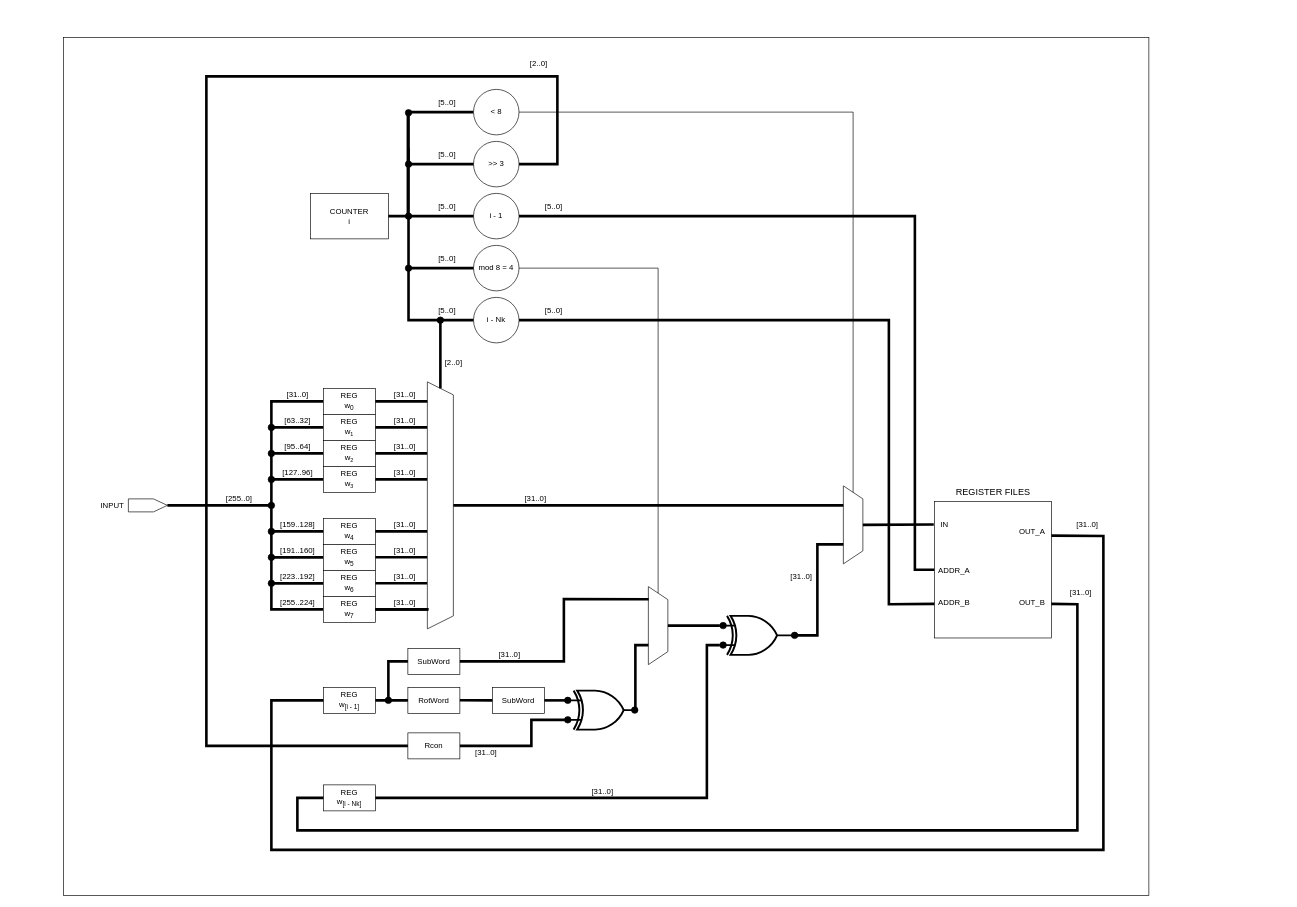
Above: Diagrams/KeyExpansion/KeyExpansion.drawio in hohaicongthuan/Project-1 (draw.io), before the change. Source tidied: cells renumbered, new cells numbered last; positions are measured from the earlier drawing's top-left corner, leaving out a move shared by most shapes. Both pictures are drawn from the tidied source at 65%, with x=0, y=0 at pixel (63, 37).
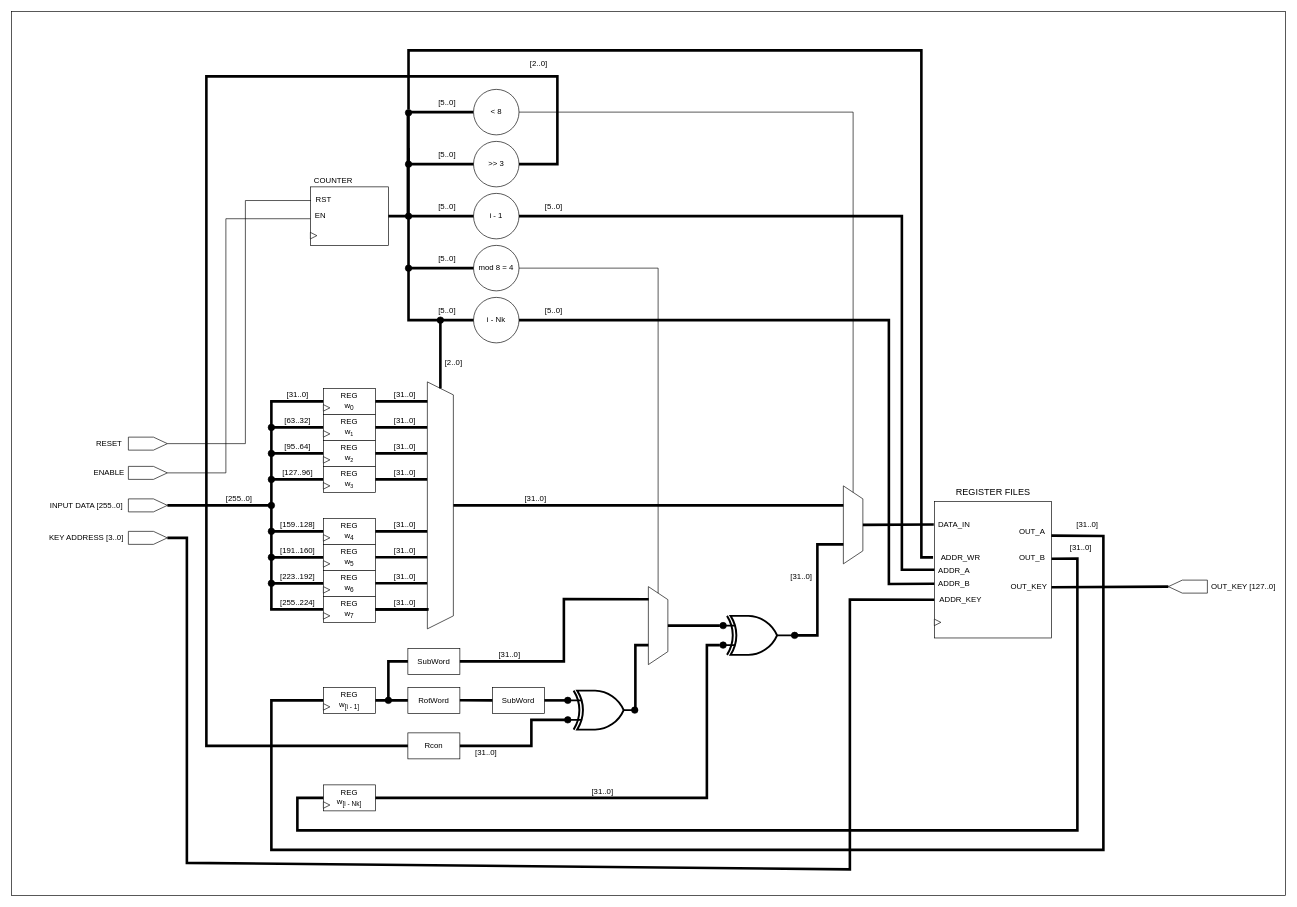
The same diagram, later.

Unchanged cells that the change refers to:
```xml
<mxCell id="50" value="REG&lt;br&gt;w&lt;sub&gt;[i - Nk]&lt;/sub&gt;" style="rounded=0;whiteSpace=wrap;html=1;" parent="1" vertex="1">
  <mxGeometry x="400" y="1150" width="80" height="40" as="geometry" />
</mxCell>
<mxCell id="52" value="&lt;font style=&quot;font-size: 14px&quot;&gt;&lt;br&gt;&lt;/font&gt;" style="rounded=0;whiteSpace=wrap;html=1;" parent="1" vertex="1">
  <mxGeometry x="1340" y="714" width="180" height="210" as="geometry" />
</mxCell>
<mxCell id="78" value="i - 1" style="ellipse;whiteSpace=wrap;html=1;sketch=0;strokeWidth=1;" parent="1" vertex="1">
  <mxGeometry x="631" y="240" width="70" height="70" as="geometry" />
</mxCell>
<mxCell id="80" value="i - Nk" style="ellipse;whiteSpace=wrap;html=1;sketch=0;strokeWidth=1;" parent="1" vertex="1">
  <mxGeometry x="631" y="400" width="70" height="70" as="geometry" />
</mxCell>
<mxCell id="114" style="ellipse;whiteSpace=wrap;html=1;sketch=0;strokeWidth=1;fillColor=#000000;strokeColor=#000000;" parent="1" vertex="1">
  <mxGeometry x="526" y="111" width="10" height="10" as="geometry" />
</mxCell>
```

What changed in the source:
```diff
@@
     <mxCell id="2" style="rounded=0;whiteSpace=wrap;html=1;fillColor=none;" parent="1" vertex="1">
-      <mxGeometry width="1670" height="1320" as="geometry" />
+      <mxGeometry x="-80" y="-40" width="1960" height="1360" as="geometry" />
     </mxCell>
@@
-    <mxCell id="4" value="INPUT" style="text;html=1;align=center;verticalAlign=middle;" parent="1" vertex="1">
-      <mxGeometry x="50" y="710" width="50" height="20" as="geometry" />
+    <mxCell id="4" value="INPUT DATA [255..0]" style="text;html=1;align=center;verticalAlign=middle;" parent="1" vertex="1">
+      <mxGeometry x="-30" y="710" width="130" height="20" as="geometry" />
     </mxCell>
@@
-    <mxCell id="51" value="COUNTER&lt;br&gt;i" style="rounded=0;whiteSpace=wrap;html=1;" parent="1" vertex="1">
-      <mxGeometry x="380" y="240" width="120" height="70" as="geometry" />
+    <mxCell id="51" style="rounded=0;whiteSpace=wrap;html=1;" parent="1" vertex="1">
+      <mxGeometry x="380" y="230" width="120" height="90" as="geometry" />
     </mxCell>
@@
-    <mxCell id="74" style="endArrow=none;html=1;strokeWidth=4;exitX=1;exitY=0.75;exitDx=0;exitDy=0;entryX=0;entryY=0.5;entryDx=0;entryDy=0;arcSize=0;" parent="1" edge="1" source="52" target="50">
+    <mxCell id="74" style="endArrow=none;html=1;strokeWidth=4;exitX=1.002;exitY=0.42;exitDx=0;exitDy=0;entryX=0;entryY=0.5;entryDx=0;entryDy=0;arcSize=0;exitPerimeter=0;" parent="1" edge="1" source="52" target="50">
       <mxGeometry relative="1" as="geometry">
         <Array as="points">
-          <mxPoint x="1560" y="872" />
+          <mxPoint x="1560" y="802" />
           <mxPoint x="1560" y="1220" />
           <mxPoint x="360" y="1220" />
           <mxPoint x="360" y="1170" />
         </Array>
       </mxGeometry>
     </mxCell>
@@
     <mxCell id="88" style="endArrow=none;html=1;strokeWidth=4;exitX=1;exitY=0.5;exitDx=0;exitDy=0;entryX=0;entryY=0.5;entryDx=0;entryDy=0;arcSize=0;" parent="1" edge="1" source="78" target="52">
       <mxGeometry relative="1" as="geometry">
         <Array as="points">
-          <mxPoint x="1310" y="275" />
-          <mxPoint x="1310" y="819" />
+          <mxPoint x="1290" y="275" />
+          <mxPoint x="1290" y="819" />
         </Array>
       </mxGeometry>
     </mxCell>
-    <mxCell id="89" style="endArrow=none;html=1;strokeWidth=4;exitX=1;exitY=0.5;exitDx=0;exitDy=0;arcSize=0;entryX=0;entryY=0.75;entryDx=0;entryDy=0;" parent="1" edge="1" source="80" target="52">
+    <mxCell id="89" style="endArrow=none;html=1;strokeWidth=4;exitX=1;exitY=0.5;exitDx=0;exitDy=0;arcSize=0;entryX=-0.001;entryY=0.603;entryDx=0;entryDy=0;entryPerimeter=0;" parent="1" edge="1" source="80" target="52">
       <mxGeometry relative="1" as="geometry">
         <Array as="points">
           <mxPoint x="1270" y="435" />
-          <mxPoint x="1270" y="872" />
+          <mxPoint x="1270" y="841" />
         </Array>
       </mxGeometry>
     </mxCell>
@@
     <mxCell id="91" value="ADDR_B" style="text;html=1;align=center;verticalAlign=middle;strokeColor=none;" parent="1" vertex="1">
-      <mxGeometry x="1340" y="860" width="60" height="20" as="geometry" />
+      <mxGeometry x="1340" y="830" width="60" height="20" as="geometry" />
     </mxCell>
-    <mxCell id="92" value="IN" style="text;html=1;align=center;verticalAlign=middle;strokeColor=none;" parent="1" vertex="1">
-      <mxGeometry x="1340" y="740" width="30" height="20" as="geometry" />
+    <mxCell id="92" value="DATA_IN" style="text;html=1;align=center;verticalAlign=middle;strokeColor=none;" parent="1" vertex="1">
+      <mxGeometry x="1340" y="740" width="60" height="20" as="geometry" />
     </mxCell>
@@
     <mxCell id="94" value="OUT_B" style="text;html=1;align=center;verticalAlign=middle;strokeColor=none;" parent="1" vertex="1">
-      <mxGeometry x="1460" y="860" width="60" height="20" as="geometry" />
+      <mxGeometry x="1460" y="790" width="60" height="20" as="geometry" />
     </mxCell>
@@
     <mxCell id="112" value="[31..0]" style="text;html=1;align=center;verticalAlign=middle;strokeColor=none;" parent="1" vertex="1">
-      <mxGeometry x="1540" y="845" width="50" height="20" as="geometry" />
+      <mxGeometry x="1540" y="775" width="50" height="20" as="geometry" />
     </mxCell>
@@
+    <mxCell id="133" style="verticalLabelPosition=bottom;shadow=0;dashed=0;align=center;html=1;verticalAlign=top;shape=mxgraph.electrical.abstract.dac;" parent="1" vertex="1">
+      <mxGeometry x="100" y="660" width="60" height="20" as="geometry" />
+    </mxCell>
+    <mxCell id="134" style="verticalLabelPosition=bottom;shadow=0;dashed=0;align=center;html=1;verticalAlign=top;shape=mxgraph.electrical.abstract.dac;" parent="1" vertex="1">
+      <mxGeometry x="100" y="615" width="60" height="20" as="geometry" />
+    </mxCell>
+    <mxCell id="135" value="COUNTER" style="text;html=1;align=center;verticalAlign=middle;strokeColor=none;" parent="1" vertex="1">
+      <mxGeometry x="380" y="210" width="70" height="20" as="geometry" />
+    </mxCell>
+    <mxCell id="136" value="RST" style="text;html=1;align=center;verticalAlign=middle;points=[];strokeColor=none;" parent="1" vertex="1">
+      <mxGeometry x="380" y="240" width="40" height="20" as="geometry" />
+    </mxCell>
+    <mxCell id="137" value="EN" style="text;html=1;align=center;verticalAlign=middle;points=[];strokeColor=none;" parent="1" vertex="1">
+      <mxGeometry x="380" y="265" width="30" height="20" as="geometry" />
+    </mxCell>
+    <mxCell id="138" style="endArrow=none;html=1;exitX=1;exitY=0.5;exitDx=0;exitDy=0;exitPerimeter=0;entryX=0.025;entryY=0.55;entryDx=0;entryDy=0;entryPerimeter=0;arcSize=0;" parent="1" edge="1" source="134" target="136">
+      <mxGeometry relative="1" as="geometry">
+        <Array as="points">
+          <mxPoint x="280" y="625" />
+          <mxPoint x="280" y="251" />
+        </Array>
+      </mxGeometry>
+    </mxCell>
+    <mxCell id="139" style="endArrow=none;html=1;exitX=1;exitY=0.5;exitDx=0;exitDy=0;exitPerimeter=0;entryX=0;entryY=0.7;entryDx=0;entryDy=0;entryPerimeter=0;arcSize=0;" parent="1" edge="1" source="133" target="137">
+      <mxGeometry relative="1" as="geometry">
+        <Array as="points">
+          <mxPoint x="250" y="670" />
+          <mxPoint x="250" y="279" />
+        </Array>
+      </mxGeometry>
+    </mxCell>
+    <mxCell id="140" value="RESET" style="text;html=1;align=center;verticalAlign=middle;strokeColor=none;" parent="1" vertex="1">
+      <mxGeometry x="40" y="615" width="60" height="20" as="geometry" />
+    </mxCell>
+    <mxCell id="141" value="ENABLE" style="text;html=1;align=center;verticalAlign=middle;strokeColor=none;" parent="1" vertex="1">
+      <mxGeometry x="40" y="660" width="60" height="20" as="geometry" />
+    </mxCell>
+    <mxCell id="142" style="triangle;whiteSpace=wrap;html=1;" parent="1" vertex="1">
+      <mxGeometry x="400" y="565" width="10" height="10" as="geometry" />
+    </mxCell>
+    <mxCell id="143" style="triangle;whiteSpace=wrap;html=1;" parent="1" vertex="1">
+      <mxGeometry x="400" y="605" width="10" height="10" as="geometry" />
+    </mxCell>
+    <mxCell id="144" style="triangle;whiteSpace=wrap;html=1;" parent="1" vertex="1">
+      <mxGeometry x="400" y="645" width="10" height="10" as="geometry" />
+    </mxCell>
+    <mxCell id="145" style="triangle;whiteSpace=wrap;html=1;" parent="1" vertex="1">
+      <mxGeometry x="400" y="685" width="10" height="10" as="geometry" />
+    </mxCell>
+    <mxCell id="146" style="triangle;whiteSpace=wrap;html=1;" parent="1" vertex="1">
+      <mxGeometry x="400" y="765" width="10" height="10" as="geometry" />
+    </mxCell>
+    <mxCell id="147" style="triangle;whiteSpace=wrap;html=1;" parent="1" vertex="1">
+      <mxGeometry x="400" y="805" width="10" height="10" as="geometry" />
+    </mxCell>
+    <mxCell id="148" style="triangle;whiteSpace=wrap;html=1;" parent="1" vertex="1">
+      <mxGeometry x="400" y="845" width="10" height="10" as="geometry" />
+    </mxCell>
+    <mxCell id="149" style="triangle;whiteSpace=wrap;html=1;" parent="1" vertex="1">
+      <mxGeometry x="400" y="885" width="10" height="10" as="geometry" />
+    </mxCell>
+    <mxCell id="150" style="triangle;whiteSpace=wrap;html=1;" parent="1" vertex="1">
+      <mxGeometry x="400" y="1025" width="10" height="10" as="geometry" />
+    </mxCell>
+    <mxCell id="151" style="triangle;whiteSpace=wrap;html=1;" parent="1" vertex="1">
+      <mxGeometry x="400" y="1176" width="10" height="10" as="geometry" />
+    </mxCell>
+    <mxCell id="152" style="triangle;whiteSpace=wrap;html=1;" parent="1" vertex="1">
+      <mxGeometry x="1340" y="895" width="10" height="10" as="geometry" />
+    </mxCell>
+    <mxCell id="153" style="triangle;whiteSpace=wrap;html=1;" parent="1" vertex="1">
+      <mxGeometry x="380" y="300" width="10" height="10" as="geometry" />
+    </mxCell>
+    <mxCell id="154" style="verticalLabelPosition=bottom;shadow=0;dashed=0;align=center;html=1;verticalAlign=top;shape=mxgraph.electrical.abstract.dac;flipH=1;" parent="1" vertex="1">
+      <mxGeometry x="1700" y="835" width="60" height="20" as="geometry" />
+    </mxCell>
+    <mxCell id="155" value="OUT_KEY [127..0]" style="text;html=1;align=center;verticalAlign=middle;" parent="1" vertex="1">
+      <mxGeometry x="1760" y="835" width="110" height="20" as="geometry" />
+    </mxCell>
+    <mxCell id="156" value="OUT_KEY" style="text;html=1;align=center;verticalAlign=middle;points=[];strokeColor=none;" parent="1" vertex="1">
+      <mxGeometry x="1450" y="835" width="70" height="20" as="geometry" />
+    </mxCell>
+    <mxCell id="157" style="endArrow=none;html=1;strokeWidth=4;exitX=1.003;exitY=0.55;exitDx=0;exitDy=0;exitPerimeter=0;entryX=1;entryY=0.5;entryDx=0;entryDy=0;entryPerimeter=0;" parent="1" edge="1" source="156" target="154">
+      <mxGeometry relative="1" as="geometry" />
+    </mxCell>
+    <mxCell id="158" value="ADDR_WR" style="text;html=1;align=center;verticalAlign=middle;strokeColor=none;" parent="1" vertex="1">
+      <mxGeometry x="1340" y="790" width="80" height="20" as="geometry" />
+    </mxCell>
+    <mxCell id="159" style="endArrow=none;html=1;strokeWidth=4;exitX=0.5;exitY=0;exitDx=0;exitDy=0;arcSize=0;" parent="1" edge="1" source="114">
+      <mxGeometry relative="1" as="geometry">
+        <mxPoint x="1338" y="800" as="targetPoint" />
+        <Array as="points">
+          <mxPoint x="531" y="20" />
+          <mxPoint x="1320" y="20" />
+          <mxPoint x="1320" y="800" />
+        </Array>
+      </mxGeometry>
+    </mxCell>
+    <mxCell id="160" value="ADDR_KEY" style="text;html=1;align=center;verticalAlign=middle;points=[];strokeColor=none;" parent="1" vertex="1">
+      <mxGeometry x="1340" y="855" width="80" height="20" as="geometry" />
+    </mxCell>
+    <mxCell id="161" style="verticalLabelPosition=bottom;shadow=0;dashed=0;align=center;html=1;verticalAlign=top;shape=mxgraph.electrical.abstract.dac;" parent="1" vertex="1">
+      <mxGeometry x="100" y="760" width="60" height="20" as="geometry" />
+    </mxCell>
+    <mxCell id="162" value="KEY ADDRESS [3..0]" style="text;html=1;align=center;verticalAlign=middle;" parent="1" vertex="1">
+      <mxGeometry x="-30" y="760" width="130" height="20" as="geometry" />
+    </mxCell>
+    <mxCell id="163" style="endArrow=none;html=1;strokeWidth=4;exitX=1;exitY=0.5;exitDx=0;exitDy=0;exitPerimeter=0;entryX=-0.002;entryY=0.51;entryDx=0;entryDy=0;entryPerimeter=0;arcSize=0;" parent="1" edge="1" source="161" target="160">
+      <mxGeometry relative="1" as="geometry">
+        <Array as="points">
+          <mxPoint x="190" y="770" />
+          <mxPoint x="190" y="1270" />
+          <mxPoint x="1210" y="1280" />
+          <mxPoint x="1210" y="865" />
+        </Array>
+      </mxGeometry>
+    </mxCell>
```
